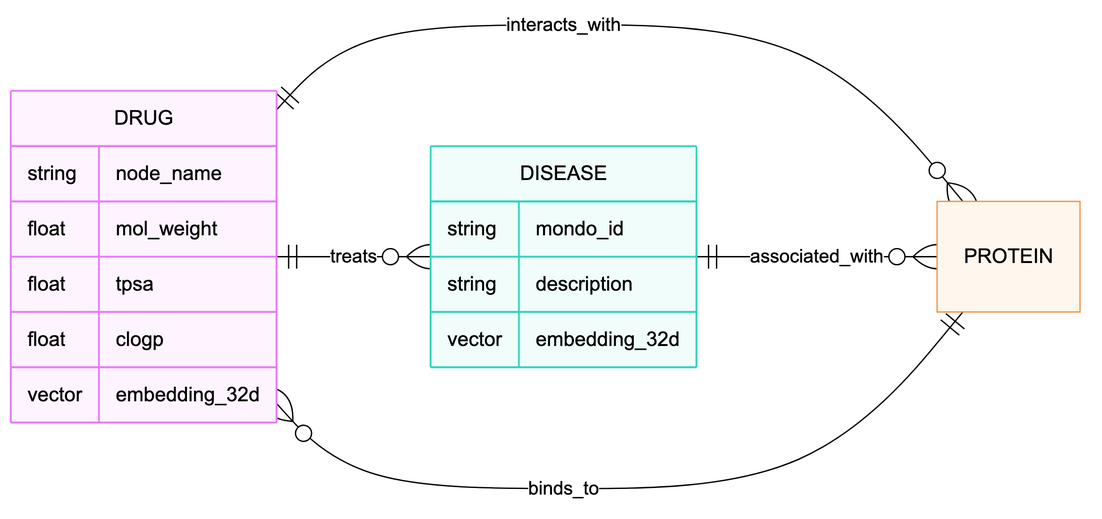
Before: docs/report_figures/graph_entities_schema.png, a diagram exported from Mermaid (ojhaprathmesh/Rapid_AI_Drug_Repurposing_Repo). Its source is kept beside it as docs/GRAPH_ENTITIES_SCHEMA.mmd. Its diagram source:
```mermaid
---
config:
  layout: dagre
  theme: redux-color
  themeVariables:
    fontSize: "15px"
    primaryColor: "#dbeafe"
    primaryBorderColor: "#1d4ed8"
    primaryTextColor: "#000000ff"
    lineColor: "#000000ff"
    edgeLabelBackground: "#ffffff"
    attributeBackgroundColorOdd: "#f8fafc"
    attributeBackgroundColorEven: "#e2e8f0"
---
erDiagram
	direction LR
	DRUG {
		string node_name  ""
		float mol_weight  ""
		float tpsa  ""
		float clogp  ""
		vector embedding_32d  ""
	}

	DISEASE {
		string mondo_id  ""
		string description  ""
		vector embedding_32d  ""
	}

	PROTEIN {

	}

	DRUG||--o{DISEASE:"treats"
	DRUG||--o{PROTEIN:"interacts_with"
	DISEASE||--o{PROTEIN:"associated_with"
	PROTEIN||--o{DRUG:"binds_to"
```
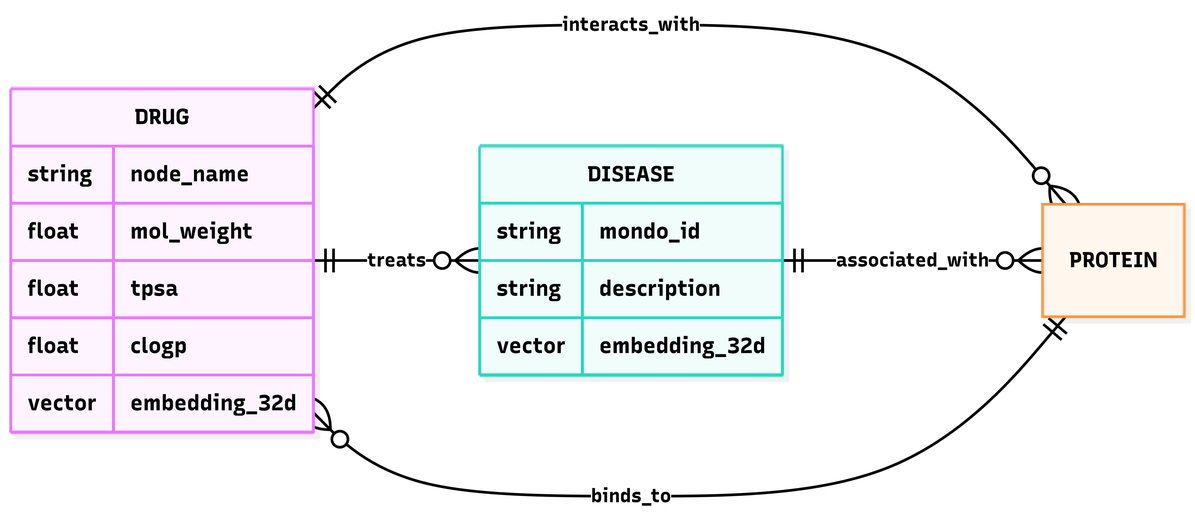
After the change.

Diff of the diagram source:
```diff
@@ -3,7 +3,7 @@
   layout: dagre
   theme: redux-color
   themeVariables:
-    fontSize: "15px"
+    fontSize: "16px"
     primaryColor: "#dbeafe"
     primaryBorderColor: "#1d4ed8"
     primaryTextColor: "#000000ff"
@@ -14,25 +14,25 @@
 ---
 erDiagram
 	direction LR
-	DRUG {
-		string node_name  ""
-		float mol_weight  ""
-		float tpsa  ""
-		float clogp  ""
-		vector embedding_32d  ""
+	"**DRUG**" {
+		`**string**` `**node_name**`  ""
+		`**float**` `**mol_weight**`  ""
+		`**float**` `**tpsa**`  ""
+		`**float**` `**clogp**`  ""
+		`**vector**` `**embedding_32d**`  ""
 	}
 
-	DISEASE {
-		string mondo_id  ""
-		string description  ""
-		vector embedding_32d  ""
+	"**DISEASE**" {
+		`**string**` `**mondo_id**`  ""
+		`**string**` `**description**`  ""
+		`**vector**` `**embedding_32d**`  ""
 	}
 
-	PROTEIN {
+	"**PROTEIN**" {
 
 	}
 
-	DRUG||--o{DISEASE:"treats"
-	DRUG||--o{PROTEIN:"interacts_with"
-	DISEASE||--o{PROTEIN:"associated_with"
-	PROTEIN||--o{DRUG:"binds_to"
+	"**DRUG**"||--o{"**DISEASE**":"**treats**"
+	"**DRUG**"||--o{"**PROTEIN**":"**interacts_with**"
+	"**DISEASE**"||--o{"**PROTEIN**":"**associated_with**"
+	"**PROTEIN**"||--o{"**DRUG**":"**binds_to**"
```
